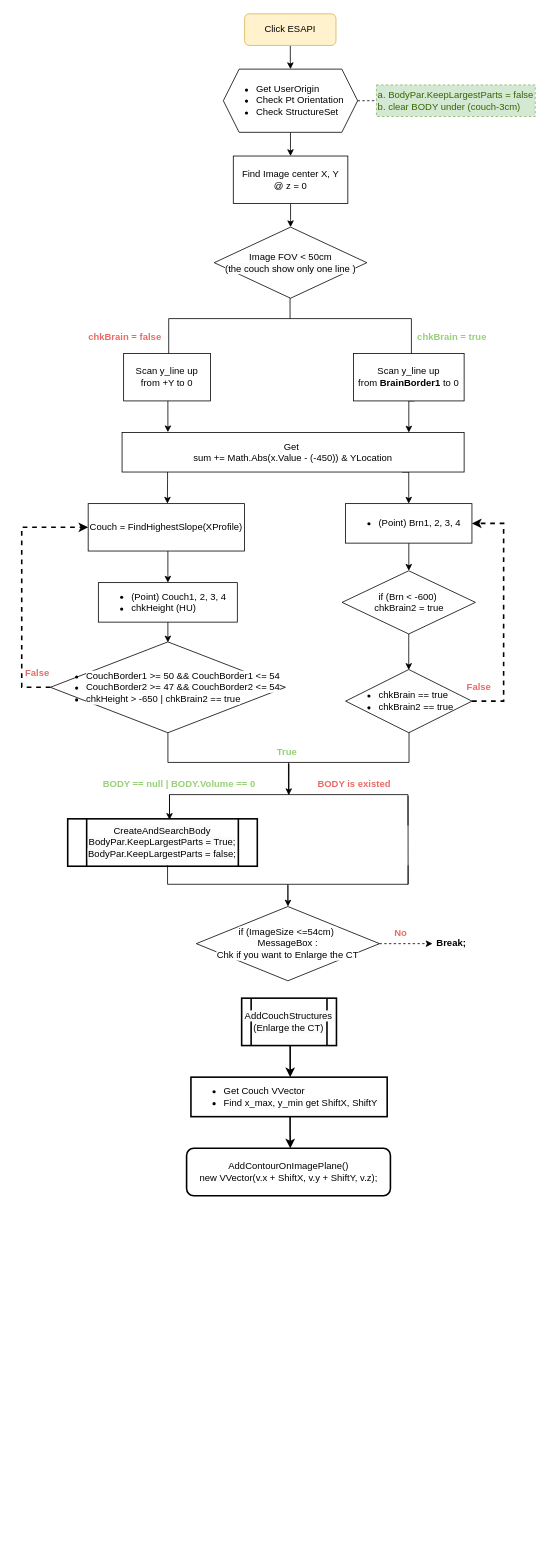
Earlier version of the draw.io diagram CouchPhoton_Process.drawio (eatingwu1009/CouchInsert). Source tidied: cells renumbered, new cells numbered last; positions are measured from the earlier drawing's top-left corner, leaving out a move shared by most shapes. Both pictures are drawn from the tidied source at 79%, with x=0, y=0 at pixel (13, 13).
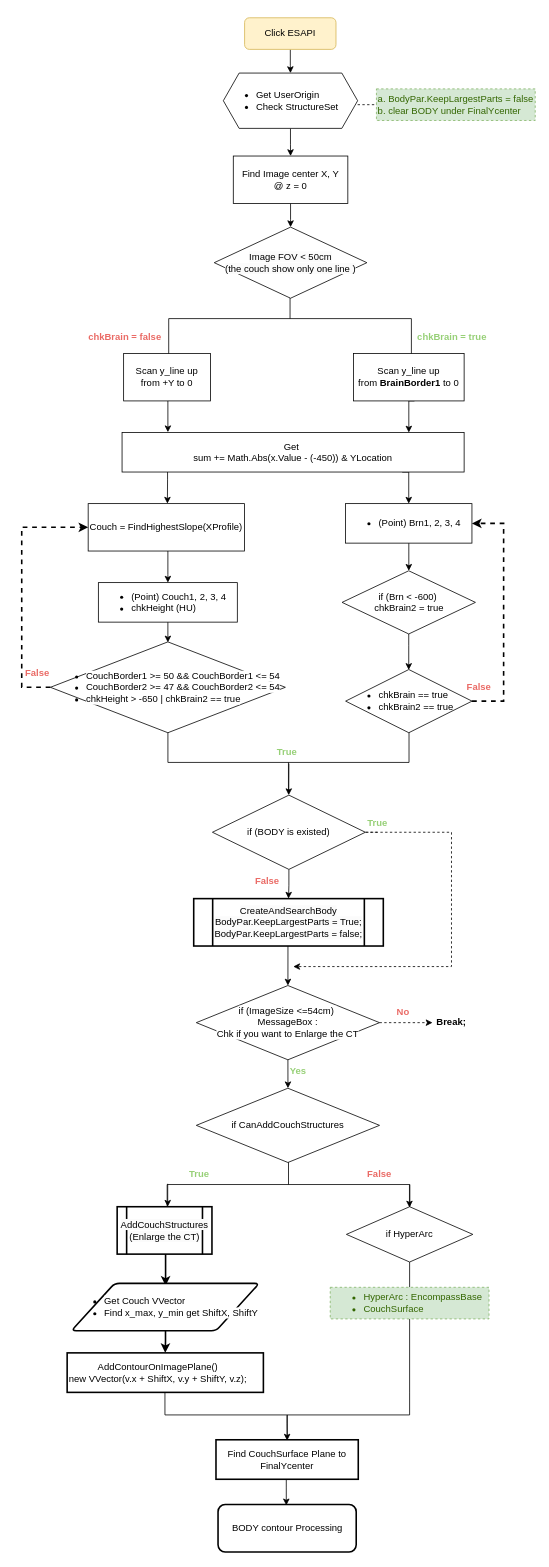
After the change.

What changed in the source:
```diff
@@
-    <mxCell id="3" value="&lt;ul&gt;&lt;li&gt;Get UserOrigin&lt;/li&gt;&lt;li style=&quot;&quot;&gt;Check Pt Orientation&lt;/li&gt;&lt;li style=&quot;&quot;&gt;Check StructureSet&amp;nbsp;&lt;/li&gt;&lt;/ul&gt;" style="shape=hexagon;perimeter=hexagonPerimeter2;whiteSpace=wrap;html=1;fixedSize=1;align=left;" parent="1" vertex="1">
-      <mxGeometry x="265.2" y="70" width="170" height="80" as="geometry" />
+    <mxCell id="3" value="&lt;ul&gt;&lt;li&gt;Get UserOrigin&lt;/li&gt;&lt;li style=&quot;&quot;&gt;Check StructureSet&amp;nbsp;&lt;/li&gt;&lt;/ul&gt;" style="shape=hexagon;perimeter=hexagonPerimeter2;whiteSpace=wrap;html=1;fixedSize=1;align=left;" parent="1" vertex="1">
+      <mxGeometry x="265.2" y="75" width="170" height="70" as="geometry" />
     </mxCell>
@@
     <mxCell id="26" style="edgeStyle=orthogonalEdgeStyle;rounded=0;orthogonalLoop=1;jettySize=auto;html=1;strokeWidth=2;" parent="1" edge="1">
       <mxGeometry relative="1" as="geometry">
-        <mxPoint x="345.9" y="1301" as="sourcePoint" />
-        <mxPoint x="349.8" y="1346" as="targetPoint" />
+        <mxPoint x="188.2" y="1565" as="sourcePoint" />
+        <mxPoint x="192.1" y="1610" as="targetPoint" />
         <Array as="points">
-          <mxPoint x="349.8" y="1301" />
+          <mxPoint x="192.1" y="1565" />
         </Array>
       </mxGeometry>
     </mxCell>
@@
-    <mxCell id="31" style="edgeStyle=orthogonalEdgeStyle;rounded=0;orthogonalLoop=1;jettySize=auto;html=1;entryX=0.493;entryY=0.002;entryDx=0;entryDy=0;entryPerimeter=0;strokeWidth=2;" parent="1" edge="1">
+    <mxCell id="31" style="edgeStyle=orthogonalEdgeStyle;rounded=0;jettySize=auto;html=1;entryX=0.5;entryY=0;entryDx=0;entryDy=0;strokeWidth=2;" parent="1" edge="1" target="34">
       <mxGeometry relative="1" as="geometry">
-        <mxPoint x="349.7" y="1396" as="sourcePoint" />
-        <mxPoint x="350" y="1436.1" as="targetPoint" />
+        <mxPoint x="192" y="1660" as="sourcePoint" />
         <Array as="points">
-          <mxPoint x="349.8" y="1416" />
-          <mxPoint x="349.8" y="1416" />
+          <mxPoint x="192" y="1680" />
+          <mxPoint x="192" y="1680" />
         </Array>
       </mxGeometry>
     </mxCell>
-    <mxCell id="32" value="&lt;ul&gt;&lt;li style=&quot;&quot;&gt;Get Couch VVector&lt;/li&gt;&lt;li style=&quot;&quot;&gt;Find x_max, y_min get ShiftX, ShiftY&lt;/li&gt;&lt;/ul&gt;" style="rounded=0;whiteSpace=wrap;html=1;align=left;strokeWidth=2;" parent="1" vertex="1">
-      <mxGeometry x="224.2" y="1346" width="248.4" height="50" as="geometry" />
-    </mxCell>
     <mxCell id="33" value="&lt;span style=&quot;color: rgb(0, 0, 0); font-family: Helvetica; font-size: 12px; font-style: normal; font-variant-ligatures: normal; font-variant-caps: normal; font-weight: 400; letter-spacing: normal; orphans: 2; text-align: center; text-indent: 0px; text-transform: none; widows: 2; word-spacing: 0px; -webkit-text-stroke-width: 0px; background-color: rgb(251, 251, 251); text-decoration-thickness: initial; text-decoration-style: initial; text-decoration-color: initial; float: none; display: inline !important;&quot;&gt;AddCouchStructures&lt;br&gt;(Enlarge the CT)&lt;br&gt;&lt;/span&gt;" style="shape=process;whiteSpace=wrap;html=1;backgroundOutline=1;strokeWidth=2;" parent="1" vertex="1">
-      <mxGeometry x="288.4" y="1246" width="120" height="60" as="geometry" />
+      <mxGeometry x="130.8" y="1510" width="120" height="60" as="geometry" />
     </mxCell>
-    <mxCell id="34" value="AddContourOnImagePlane() &lt;br&gt;new VVector(v.x + ShiftX, v.y + ShiftY, v.z);" style="rounded=1;whiteSpace=wrap;html=1;strokeWidth=2;" parent="1" vertex="1">
-      <mxGeometry x="218.7" y="1436" width="258" height="60" as="geometry" />
-    </mxCell>
@@
     <mxCell id="36" value="Click ESAPI" style="rounded=1;whiteSpace=wrap;html=1;fillColor=#fff2cc;strokeColor=#d6b656;" parent="1" vertex="1">
-      <mxGeometry x="292.1" width="115.7" height="40" as="geometry" />
+      <mxGeometry x="292.1" y="5" width="115.7" height="40" as="geometry" />
     </mxCell>
@@
     <mxCell id="40" style="edgeStyle=orthogonalEdgeStyle;rounded=0;orthogonalLoop=1;jettySize=auto;html=1;dashed=1;startArrow=none;startFill=0;endArrow=none;endFill=0;strokeWidth=1;" parent="1" edge="1">
       <mxGeometry relative="1" as="geometry">
-        <mxPoint x="435.2" y="110" as="sourcePoint" />
-        <mxPoint x="460" y="110" as="targetPoint" />
+        <mxPoint x="435.2" y="115" as="sourcePoint" />
+        <mxPoint x="460" y="115" as="targetPoint" />
       </mxGeometry>
     </mxCell>
-    <mxCell id="41" value="&lt;span style=&quot;background-color: initial;&quot;&gt;a. BodyPar.KeepLargestParts = false&lt;/span&gt;&lt;br&gt;&lt;span style=&quot;background-color: initial;&quot;&gt;b. clear BODY under (couch-3cm)&amp;nbsp;&lt;/span&gt;" style="rounded=0;whiteSpace=wrap;html=1;dashed=1;strokeWidth=1;align=left;fillColor=#d5e8d4;strokeColor=#82b366;fontColor=#336600;" parent="1" vertex="1">
-      <mxGeometry x="459" y="90" width="201" height="40" as="geometry" />
+    <mxCell id="41" value="&lt;span style=&quot;background-color: initial;&quot;&gt;a. BodyPar.KeepLargestParts = false&lt;/span&gt;&lt;br&gt;&lt;span style=&quot;background-color: initial;&quot;&gt;b. clear BODY under FinalYcenter&amp;nbsp;&lt;/span&gt;" style="rounded=0;whiteSpace=wrap;html=1;dashed=1;strokeWidth=1;align=left;fillColor=#d5e8d4;strokeColor=#82b366;fontColor=#336600;" parent="1" vertex="1">
+      <mxGeometry x="459" y="95" width="201" height="40" as="geometry" />
     </mxCell>
-    <mxCell id="42" style="strokeWidth=1;html=1;shape=mxgraph.flowchart.annotation_2;align=left;labelPosition=right;rotation=90;" parent="1" vertex="1">
-      <mxGeometry x="308.9" y="837.4" width="78.2" height="301.9" as="geometry" />
-    </mxCell>
-    <mxCell id="43" value="BODY == null | BODY.Volume == 0" style="text;html=1;strokeColor=none;fillColor=none;align=center;verticalAlign=middle;whiteSpace=wrap;rounded=0;fontColor=#97D077;fontStyle=1;" parent="1" vertex="1">
-      <mxGeometry x="89" y="960" width="241" height="30" as="geometry" />
+    <mxCell id="43" value="True" style="text;html=1;strokeColor=none;fillColor=none;align=center;verticalAlign=middle;whiteSpace=wrap;rounded=0;fontColor=#97D077;fontStyle=1;" parent="1" vertex="1">
+      <mxGeometry x="414.8" y="1010" width="91" height="30" as="geometry" />
     </mxCell>
-    <mxCell id="44" value="BODY is existed" style="text;html=1;strokeColor=none;fillColor=none;align=center;verticalAlign=middle;whiteSpace=wrap;rounded=0;fontColor=#EA6B66;fontStyle=1;" parent="1" vertex="1">
-      <mxGeometry x="375.9" y="960" width="110.1" height="30" as="geometry" />
+    <mxCell id="44" value="False" style="text;html=1;strokeColor=none;fillColor=none;align=center;verticalAlign=middle;whiteSpace=wrap;rounded=0;fontColor=#EA6B66;fontStyle=1;" parent="1" vertex="1">
+      <mxGeometry x="265.8" y="1083" width="110.1" height="30" as="geometry" />
     </mxCell>
@@
     <mxCell id="46" value="&lt;span style=&quot;orphans: 2; text-align: center; text-indent: 0px; widows: 2; background-color: rgb(251, 251, 251); text-decoration-thickness: initial; text-decoration-style: initial; text-decoration-color: initial; float: none; display: inline !important;&quot;&gt;CreateAndSearchBody&lt;br&gt;BodyPar.KeepLargestParts = True;&lt;br&gt;BodyPar.KeepLargestParts = false;&lt;br&gt;&lt;/span&gt;" style="shape=process;whiteSpace=wrap;html=1;backgroundOutline=1;strokeWidth=2;" parent="1" vertex="1">
-      <mxGeometry x="68.2" y="1019" width="240" height="60" as="geometry" />
+      <mxGeometry x="227.7" y="1120" width="240" height="60" as="geometry" />
     </mxCell>
-    <mxCell id="47" style="endArrow=classic;html=1;rounded=0;exitX=0.5;exitY=1;exitDx=0;exitDy=0;exitPerimeter=0;entryX=0.537;entryY=0.021;entryDx=0;entryDy=0;entryPerimeter=0;" parent="1" edge="1" source="42" target="46">
-      <mxGeometry relative="1" as="geometry" />
-    </mxCell>
-    <mxCell id="48" style="strokeWidth=1;html=1;shape=mxgraph.flowchart.annotation_2;align=left;labelPosition=right;rotation=-90;" parent="1" vertex="1">
-      <mxGeometry x="322.9" y="949.6" width="47.9" height="304.5" as="geometry" />
-    </mxCell>
-    <mxCell id="49" style="endArrow=none;html=1;rounded=0;exitX=0.5;exitY=1;exitDx=0;exitDy=0;exitPerimeter=0;" parent="1" edge="1" source="48">
-      <mxGeometry relative="1" as="geometry">
-        <mxPoint x="499" y="990" as="targetPoint" />
-      </mxGeometry>
-    </mxCell>
     <mxCell id="50" value="&lt;span style=&quot;background-color: rgb(255, 255, 255);&quot;&gt;if (ImageSize &amp;lt;=54cm)&amp;nbsp; &lt;br&gt;MessageBox : &lt;br&gt;Chk if you want to Enlarge the CT&lt;/span&gt;" style="rhombus;whiteSpace=wrap;html=1;align=center;rounded=0;verticalAlign=middle;" parent="1" vertex="1">
-      <mxGeometry x="231" y="1130" width="231.9" height="94" as="geometry" />
+      <mxGeometry x="231" y="1230" width="231.9" height="94" as="geometry" />
     </mxCell>
     <mxCell id="51" style="endArrow=classic;html=1;rounded=0;exitX=1;exitY=0.5;exitDx=0;exitDy=0;dashed=1;" parent="1" edge="1">
       <mxGeometry relative="1" as="geometry">
-        <mxPoint x="462.9" y="1177" as="sourcePoint" />
-        <mxPoint x="530" y="1177" as="targetPoint" />
+        <mxPoint x="462.9" y="1277" as="sourcePoint" />
+        <mxPoint x="530" y="1277" as="targetPoint" />
       </mxGeometry>
     </mxCell>
     <mxCell id="52" value="No" style="text;html=1;strokeColor=none;fillColor=none;align=center;verticalAlign=middle;whiteSpace=wrap;rounded=0;fontColor=#EA6B66;fontStyle=1;" parent="1" vertex="1">
-      <mxGeometry x="460" y="1149.2" width="60" height="30" as="geometry" />
+      <mxGeometry x="462.9" y="1249.2" width="60" height="30" as="geometry" />
     </mxCell>
     <mxCell id="53" value="&lt;font color=&quot;#000000&quot;&gt;Break;&lt;/font&gt;" style="text;html=1;strokeColor=none;fillColor=none;align=center;verticalAlign=middle;whiteSpace=wrap;rounded=0;fontColor=#EA6B66;fontStyle=1;" parent="1" vertex="1">
-      <mxGeometry x="524.2" y="1162" width="60" height="30" as="geometry" />
+      <mxGeometry x="524.2" y="1262" width="60" height="30" as="geometry" />
     </mxCell>
-    <mxCell id="54" style="endArrow=classic;html=1;rounded=0;" parent="1" edge="1">
+    <mxCell id="54" style="endArrow=classic;html=1;rounded=0;entryX=0.5;entryY=0;entryDx=0;entryDy=0;" parent="1" edge="1" target="50">
       <mxGeometry relative="1" as="geometry">
-        <mxPoint x="347" y="1103" as="sourcePoint" />
-        <mxPoint x="347" y="1130" as="targetPoint" />
+        <mxPoint x="347" y="1180" as="sourcePoint" />
       </mxGeometry>
     </mxCell>
+    <mxCell id="55" style="endArrow=classic;html=1;rounded=0;exitX=0.5;exitY=1;exitDx=0;exitDy=0;" parent="1" edge="1" source="50">
+      <mxGeometry relative="1" as="geometry">
+        <mxPoint x="347" y="1360" as="targetPoint" />
+      </mxGeometry>
+    </mxCell>
+    <mxCell id="56" value="&lt;font color=&quot;#97d077&quot;&gt;Yes&lt;/font&gt;" style="text;html=1;strokeColor=none;fillColor=none;align=center;verticalAlign=middle;whiteSpace=wrap;rounded=0;fontColor=#EA6B66;fontStyle=1;" parent="1" vertex="1">
+      <mxGeometry x="330" y="1324.1" width="60" height="30" as="geometry" />
+    </mxCell>
+    <mxCell id="57" value="&lt;span style=&quot;background-color: rgb(255, 255, 255);&quot;&gt;if&amp;nbsp;&lt;/span&gt;CanAddCouchStructures" style="rhombus;whiteSpace=wrap;html=1;align=center;rounded=0;verticalAlign=middle;" parent="1" vertex="1">
+      <mxGeometry x="231" y="1360" width="231.9" height="94" as="geometry" />
+    </mxCell>
+    <mxCell id="58" style="edgeStyle=orthogonalEdgeStyle;rounded=0;orthogonalLoop=1;jettySize=auto;html=1;dashed=1;strokeWidth=1;" parent="1" edge="1">
+      <mxGeometry relative="1" as="geometry">
+        <mxPoint x="460" y="1036" as="sourcePoint" />
+        <mxPoint x="353.7" y="1206" as="targetPoint" />
+        <Array as="points">
+          <mxPoint x="357" y="1036" />
+          <mxPoint x="554" y="1036" />
+          <mxPoint x="554" y="1206" />
+        </Array>
+      </mxGeometry>
+    </mxCell>
+    <mxCell id="59" style="edgeStyle=orthogonalEdgeStyle;rounded=0;jettySize=auto;html=1;" parent="1" edge="1" source="60" target="46">
+      <mxGeometry relative="1" as="geometry" />
+    </mxCell>
+    <mxCell id="60" value="&lt;span style=&quot;background-color: rgb(255, 255, 255);&quot;&gt;if (BODY is existed)&lt;/span&gt;" style="rhombus;whiteSpace=wrap;html=1;align=center;rounded=0;verticalAlign=middle;" parent="1" vertex="1">
+      <mxGeometry x="251.4" y="989" width="193.6" height="94" as="geometry" />
+    </mxCell>
+    <mxCell id="61" style="strokeWidth=1;html=1;shape=mxgraph.flowchart.annotation_2;align=left;labelPosition=right;rotation=90;" parent="1" vertex="1">
+      <mxGeometry x="319.5" y="1328.3" width="56.4" height="307.2" as="geometry" />
+    </mxCell>
+    <mxCell id="62" value="True" style="text;html=1;strokeColor=none;fillColor=none;align=center;verticalAlign=middle;whiteSpace=wrap;rounded=0;fontColor=#97D077;fontStyle=1;" parent="1" vertex="1">
+      <mxGeometry x="205.2" y="1454" width="60" height="30" as="geometry" />
+    </mxCell>
+    <mxCell id="63" value="False" style="text;html=1;strokeColor=none;fillColor=none;align=center;verticalAlign=middle;whiteSpace=wrap;rounded=0;fontColor=#EA6B66;fontStyle=1;" parent="1" vertex="1">
+      <mxGeometry x="407.8" y="1454" width="110.1" height="30" as="geometry" />
+    </mxCell>
+    <mxCell id="64" value="&lt;span style=&quot;background-color: rgb(255, 255, 255);&quot;&gt;if HyperArc&lt;/span&gt;" style="rhombus;whiteSpace=wrap;html=1;align=center;rounded=0;verticalAlign=middle;" parent="1" vertex="1">
+      <mxGeometry x="421" y="1510" width="160" height="70" as="geometry" />
+    </mxCell>
+    <mxCell id="65" style="strokeWidth=1;html=1;shape=mxgraph.flowchart.annotation_2;align=left;labelPosition=right;rotation=-90;" parent="1" vertex="1">
+      <mxGeometry x="317.2" y="1618.7" width="57.9" height="309.7" as="geometry" />
+    </mxCell>
+    <mxCell id="66" style="endArrow=none;html=1;rounded=0;entryX=0.5;entryY=1;entryDx=0;entryDy=0;exitX=0.5;exitY=0;exitDx=0;exitDy=0;" parent="1" edge="1" source="74" target="64">
+      <mxGeometry relative="1" as="geometry" />
+    </mxCell>
+    <mxCell id="67" style="edgeStyle=orthogonalEdgeStyle;rounded=0;orthogonalLoop=1;jettySize=auto;html=1;" parent="1" edge="1">
+      <mxGeometry relative="1" as="geometry">
+        <mxPoint x="344.9" y="1848" as="sourcePoint" />
+        <mxPoint x="344.9" y="1888" as="targetPoint" />
+        <Array as="points">
+          <mxPoint x="345" y="1866" />
+          <mxPoint x="345" y="1866" />
+        </Array>
+      </mxGeometry>
+    </mxCell>
+    <mxCell id="68" value="&lt;span style=&quot;background-color: initial;&quot;&gt;Find CouchSurface Plane to FinalYcenter&lt;/span&gt;" style="rounded=0;whiteSpace=wrap;html=1;align=center;strokeWidth=2;" parent="1" vertex="1">
+      <mxGeometry x="255.9" y="1805" width="180.1" height="50" as="geometry" />
+    </mxCell>
+    <mxCell id="69" value="BODY contour Processing" style="rounded=1;whiteSpace=wrap;html=1;strokeWidth=2;" parent="1" vertex="1">
+      <mxGeometry x="258.5" y="1887" width="174.9" height="60" as="geometry" />
+    </mxCell>
+    <mxCell id="70" style="endArrow=classic;html=1;rounded=0;entryX=0.5;entryY=0;entryDx=0;entryDy=0;exitX=0.495;exitY=0.501;exitDx=0;exitDy=0;exitPerimeter=0;" parent="1" edge="1">
+      <mxGeometry relative="1" as="geometry">
+        <mxPoint x="194.8" y="1481" as="sourcePoint" />
+        <mxPoint x="194.8" y="1510" as="targetPoint" />
+      </mxGeometry>
+    </mxCell>
+    <mxCell id="71" style="endArrow=classic;html=1;rounded=0;entryX=0.5;entryY=0;entryDx=0;entryDy=0;exitX=0.495;exitY=0.501;exitDx=0;exitDy=0;exitPerimeter=0;" parent="1" edge="1">
+      <mxGeometry relative="1" as="geometry">
+        <mxPoint x="500.8" y="1482" as="sourcePoint" />
+        <mxPoint x="500.8" y="1511" as="targetPoint" />
+      </mxGeometry>
+    </mxCell>
+    <mxCell id="72" style="edgeStyle=orthogonalEdgeStyle;rounded=0;jettySize=auto;html=1;exitX=0.494;exitY=0.499;exitDx=0;exitDy=0;exitPerimeter=0;" parent="1" edge="1" source="65">
+      <mxGeometry relative="1" as="geometry">
+        <mxPoint x="346" y="1806" as="targetPoint" />
+        <Array as="points">
+          <mxPoint x="346" y="1784" />
+        </Array>
+      </mxGeometry>
+    </mxCell>
+    <mxCell id="73" style="endArrow=none;html=1;rounded=0;entryX=0.5;entryY=1;entryDx=0;entryDy=0;exitX=1;exitY=1;exitDx=0;exitDy=0;exitPerimeter=0;" parent="1" edge="1" source="65" target="74">
+      <mxGeometry relative="1" as="geometry" />
+    </mxCell>
+    <mxCell id="74" value="&lt;ul&gt;&lt;li&gt;HyperArc :&amp;nbsp;EncompassBase&lt;/li&gt;&lt;li&gt;CouchSurface&lt;/li&gt;&lt;/ul&gt;" style="rounded=0;whiteSpace=wrap;html=1;dashed=1;strokeWidth=1;align=left;fillColor=#d5e8d4;strokeColor=#82b366;fontColor=#336600;" parent="1" vertex="1">
+      <mxGeometry x="400.5" y="1612" width="201" height="40" as="geometry" />
+    </mxCell>
+    <mxCell id="34" value="&lt;div style=&quot;text-align: center;&quot;&gt;&lt;span style=&quot;background-color: initial;&quot;&gt;AddContourOnImagePlane()&lt;/span&gt;&lt;/div&gt;&lt;span style=&quot;background-color: initial; text-align: center;&quot;&gt;new VVector(v.x + ShiftX, v.y + ShiftY, v.z);&lt;/span&gt;" style="rounded=0;whiteSpace=wrap;html=1;align=left;strokeWidth=2;" parent="1" vertex="1">
+      <mxGeometry x="67.5" y="1695" width="248.4" height="50" as="geometry" />
+    </mxCell>
+    <mxCell id="32" value="&lt;ul style=&quot;border-color: var(--border-color); text-align: left;&quot;&gt;&lt;li style=&quot;border-color: var(--border-color);&quot;&gt;&lt;span style=&quot;background-color: rgb(255, 255, 255);&quot;&gt;Get Couch VVector&lt;/span&gt;&lt;/li&gt;&lt;li style=&quot;border-color: var(--border-color);&quot;&gt;&lt;span style=&quot;background-color: rgb(255, 255, 255);&quot;&gt;Find x_max, y_min get ShiftX, ShiftY&lt;/span&gt;&lt;/li&gt;&lt;/ul&gt;" style="shape=parallelogram;html=1;strokeWidth=2;perimeter=parallelogramPerimeter;whiteSpace=wrap;rounded=1;arcSize=12;size=0.23;" parent="1" vertex="1">
+      <mxGeometry x="72.9" y="1607" width="237.8" height="60" as="geometry" />
+    </mxCell>
```
